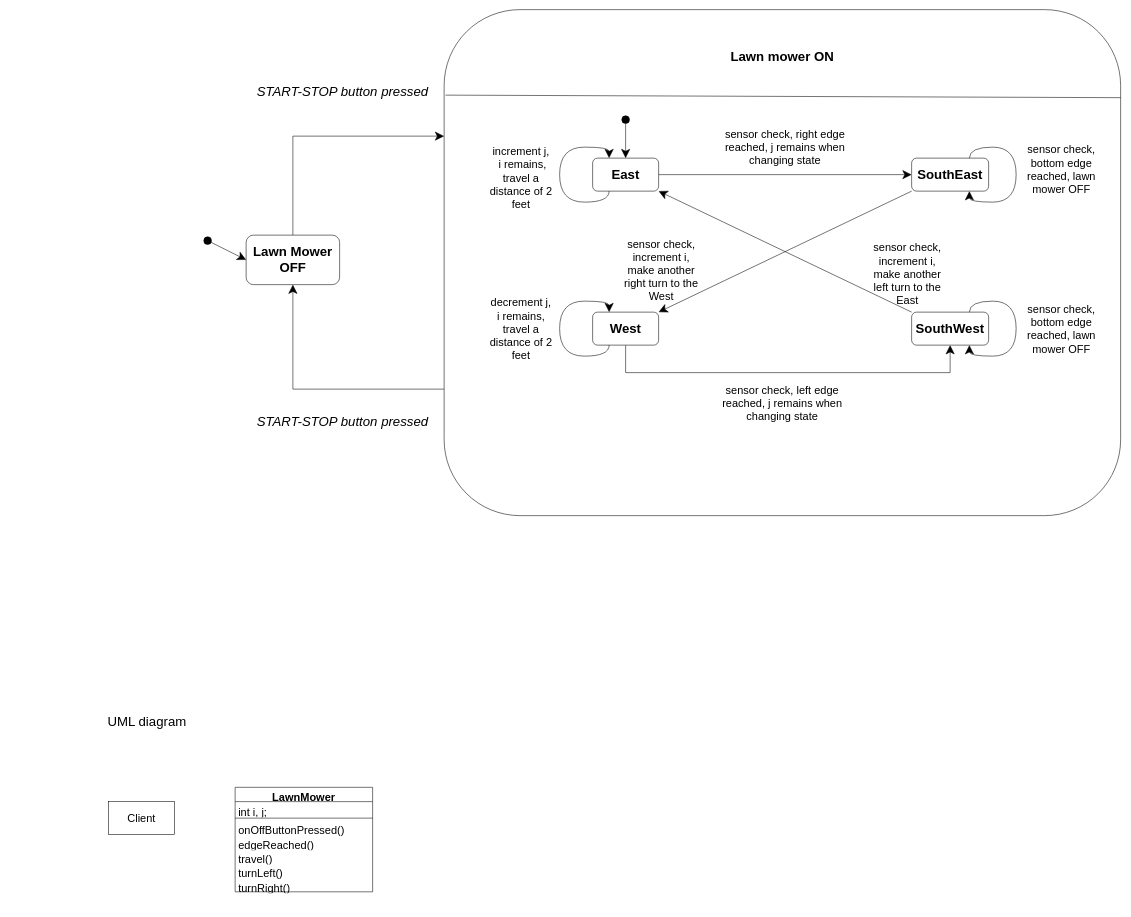
VoHoAnhTuan/Diagrams keeps this draw.io diagram as Assignment4_CSE4361.drawio. Above is the earlier version. Source tidied: cells renumbered, new cells numbered last; positions are measured from the earlier drawing's top-left corner, leaving out a move shared by most shapes. Both pictures are drawn from the tidied source at 55%, with x=0, y=0 at pixel (9, 9).
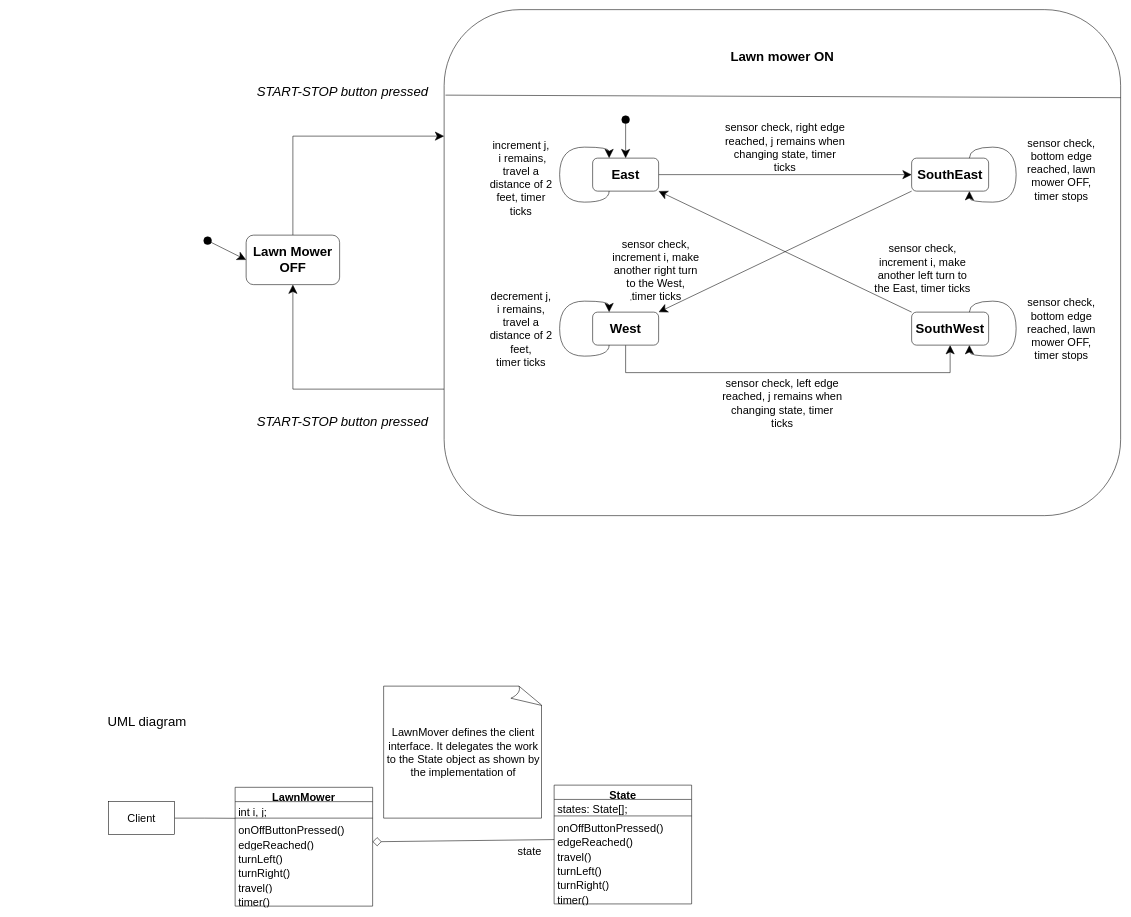
Above is the later version.

The change refers to these unchanged cells:
```xml
<mxCell id="33" value="&lt;font style=&quot;font-size: 20px;&quot;&gt;Client&lt;/font&gt;" style="rounded=0;whiteSpace=wrap;html=1;" parent="1" vertex="1">
  <mxGeometry x="180" y="1440" width="120" height="60" as="geometry" />
</mxCell>
<mxCell id="37" value="&lt;font style=&quot;font-size: 20px;&quot;&gt;onOffButtonPressed()&lt;/font&gt;" style="text;strokeColor=none;fillColor=none;align=left;verticalAlign=top;spacingLeft=4;spacingRight=4;overflow=hidden;points=[[0,0.5],[1,0.5]];portConstraint=eastwest;whiteSpace=wrap;html=1;" parent="34" vertex="1">
  <mxGeometry y="60" width="250" height="26" as="geometry" />
</mxCell>
<mxCell id="38" value="&lt;font style=&quot;font-size: 20px;&quot;&gt;edgeReached()&lt;/font&gt;" style="text;strokeColor=none;fillColor=none;align=left;verticalAlign=top;spacingLeft=4;spacingRight=4;overflow=hidden;points=[[0,0.5],[1,0.5]];portConstraint=eastwest;whiteSpace=wrap;html=1;" parent="34" vertex="1">
  <mxGeometry y="86" width="250" height="26" as="geometry" />
</mxCell>
```

The edit, as a diff of the source:
```diff
@@
-    <mxCell id="20" value="&lt;div&gt;&lt;font style=&quot;font-size: 20px;&quot;&gt;increment j,&lt;/font&gt;&lt;/div&gt;&lt;div&gt;&lt;font style=&quot;font-size: 20px;&quot;&gt;&amp;nbsp;i remains, travel a distance of 2 feet&lt;/font&gt;&lt;/div&gt;" style="text;html=1;strokeColor=none;fillColor=none;align=center;verticalAlign=middle;whiteSpace=wrap;rounded=0;" parent="1" vertex="1">
+    <mxCell id="20" value="&lt;div&gt;&lt;font style=&quot;font-size: 20px;&quot;&gt;increment j,&lt;/font&gt;&lt;/div&gt;&lt;div&gt;&lt;font style=&quot;font-size: 20px;&quot;&gt;&amp;nbsp;i remains, travel a distance of 2 feet, timer ticks&lt;br&gt;&lt;/font&gt;&lt;/div&gt;" style="text;html=1;strokeColor=none;fillColor=none;align=center;verticalAlign=middle;whiteSpace=wrap;rounded=0;" parent="1" vertex="1">
       <mxGeometry x="870" y="250" width="120" height="110" as="geometry" />
     </mxCell>
-    <mxCell id="21" value="&lt;font style=&quot;font-size: 20px;&quot;&gt;sensor check, right edge reached, j remains when changing state&lt;br&gt;&lt;/font&gt;" style="text;html=1;strokeColor=none;fillColor=none;align=center;verticalAlign=middle;whiteSpace=wrap;rounded=0;" parent="1" vertex="1">
+    <mxCell id="21" value="&lt;font style=&quot;font-size: 20px;&quot;&gt;sensor check, right edge reached, j remains when changing state, &lt;/font&gt;&lt;font style=&quot;font-size: 20px;&quot;&gt;timer ticks&lt;/font&gt;" style="text;html=1;strokeColor=none;fillColor=none;align=center;verticalAlign=middle;whiteSpace=wrap;rounded=0;" parent="1" vertex="1">
       <mxGeometry x="1300" y="210" width="220" height="80" as="geometry" />
     </mxCell>
-    <mxCell id="22" value="&lt;div&gt;&lt;font style=&quot;font-size: 20px;&quot;&gt;sensor check,&lt;/font&gt;&lt;/div&gt;&lt;div&gt;&lt;font style=&quot;font-size: 20px;&quot;&gt;increment i, make another right turn to the West&lt;/font&gt;&lt;/div&gt;" style="text;html=1;strokeColor=none;fillColor=none;align=center;verticalAlign=middle;whiteSpace=wrap;rounded=0;" parent="1" vertex="1">
-      <mxGeometry x="1110" y="420" width="150" height="105" as="geometry" />
+    <mxCell id="22" value="&lt;div&gt;&lt;font style=&quot;font-size: 20px;&quot;&gt;sensor check,&lt;/font&gt;&lt;/div&gt;&lt;div&gt;&lt;font style=&quot;font-size: 20px;&quot;&gt;increment i, make another right turn to the West,&lt;/font&gt;&lt;/div&gt;,&lt;font style=&quot;font-size: 20px;&quot;&gt;timer ticks&lt;/font&gt;" style="text;html=1;strokeColor=none;fillColor=none;align=center;verticalAlign=middle;whiteSpace=wrap;rounded=0;" parent="1" vertex="1">
+      <mxGeometry x="1090" y="420" width="170" height="105" as="geometry" />
     </mxCell>
@@
-    <mxCell id="24" value="&lt;div&gt;&lt;font style=&quot;font-size: 20px;&quot;&gt;decrement j,&lt;/font&gt;&lt;/div&gt;&lt;div&gt;&lt;font style=&quot;font-size: 20px;&quot;&gt;i remains, travel a distance of 2 feet&lt;/font&gt;&lt;/div&gt;" style="text;html=1;strokeColor=none;fillColor=none;align=center;verticalAlign=middle;whiteSpace=wrap;rounded=0;" parent="1" vertex="1">
+    <mxCell id="24" value="&lt;div&gt;&lt;font style=&quot;font-size: 20px;&quot;&gt;decrement j,&lt;/font&gt;&lt;/div&gt;&lt;div&gt;&lt;font style=&quot;font-size: 20px;&quot;&gt;i remains, travel a distance of 2 feet,&lt;/font&gt;&lt;/div&gt;&lt;div&gt;&lt;font style=&quot;font-size: 20px;&quot;&gt;timer ticks&lt;/font&gt;&lt;/div&gt;" style="text;html=1;strokeColor=none;fillColor=none;align=center;verticalAlign=middle;whiteSpace=wrap;rounded=0;" parent="1" vertex="1">
       <mxGeometry x="870" y="525" width="120" height="110" as="geometry" />
     </mxCell>
-    <mxCell id="25" value="&lt;font style=&quot;font-size: 20px;&quot;&gt;sensor check, left edge reached, j remains when changing state&lt;br&gt;&lt;/font&gt;" style="text;html=1;strokeColor=none;fillColor=none;align=center;verticalAlign=middle;whiteSpace=wrap;rounded=0;" parent="1" vertex="1">
+    <mxCell id="25" value="&lt;font style=&quot;font-size: 20px;&quot;&gt;sensor check, left edge reached, j remains when changing state, &lt;/font&gt;&lt;font style=&quot;font-size: 20px;&quot;&gt;timer ticks&lt;/font&gt;" style="text;html=1;strokeColor=none;fillColor=none;align=center;verticalAlign=middle;whiteSpace=wrap;rounded=0;" parent="1" vertex="1">
       <mxGeometry x="1290" y="660" width="230" height="110" as="geometry" />
     </mxCell>
@@
-    <mxCell id="27" value="&lt;font style=&quot;font-size: 20px;&quot;&gt;sensor check, increment i, make another left turn to the East&lt;br&gt;&lt;/font&gt;" style="text;html=1;strokeColor=none;fillColor=none;align=center;verticalAlign=middle;whiteSpace=wrap;rounded=0;" parent="1" vertex="1">
-      <mxGeometry x="1560" y="440" width="145" height="80" as="geometry" />
+    <mxCell id="27" value="&lt;font style=&quot;font-size: 20px;&quot;&gt;sensor check, increment i, make another left turn to the East&lt;font style=&quot;font-size: 20px;&quot;&gt;, timer ticks&lt;/font&gt;&lt;/font&gt;" style="text;html=1;strokeColor=none;fillColor=none;align=center;verticalAlign=middle;whiteSpace=wrap;rounded=0;" parent="1" vertex="1">
+      <mxGeometry x="1570" y="415" width="180" height="110" as="geometry" />
     </mxCell>
@@
-    <mxCell id="29" value="&lt;font style=&quot;font-size: 20px;&quot;&gt;sensor check, bottom edge reached, lawn mower OFF&lt;br&gt;&lt;/font&gt;" style="text;html=1;strokeColor=none;fillColor=none;align=center;verticalAlign=middle;whiteSpace=wrap;rounded=0;" parent="1" vertex="1">
+    <mxCell id="29" value="&lt;font style=&quot;font-size: 20px;&quot;&gt;sensor check, bottom edge reached, lawn mower OFF, timer stops&lt;br&gt;&lt;/font&gt;" style="text;html=1;strokeColor=none;fillColor=none;align=center;verticalAlign=middle;whiteSpace=wrap;rounded=0;" parent="1" vertex="1">
       <mxGeometry x="1840" y="540" width="145" height="80" as="geometry" />
     </mxCell>
-    <mxCell id="30" value="&lt;font style=&quot;font-size: 20px;&quot;&gt;sensor check, bottom edge reached, lawn mower OFF&lt;br&gt;&lt;/font&gt;" style="text;html=1;strokeColor=none;fillColor=none;align=center;verticalAlign=middle;whiteSpace=wrap;rounded=0;" parent="1" vertex="1">
+    <mxCell id="30" value="&lt;font style=&quot;font-size: 20px;&quot;&gt;sensor check, bottom edge reached, lawn mower OFF, &lt;/font&gt;&lt;font style=&quot;font-size: 20px;&quot;&gt;timer stops&lt;br&gt;&lt;/font&gt;" style="text;html=1;strokeColor=none;fillColor=none;align=center;verticalAlign=middle;whiteSpace=wrap;rounded=0;" parent="1" vertex="1">
       <mxGeometry x="1840" y="250" width="145" height="80" as="geometry" />
     </mxCell>
@@
+    <mxCell id="42" style="edgeStyle=orthogonalEdgeStyle;rounded=0;jettySize=auto;html=1;exitX=1;exitY=0.5;exitDx=0;exitDy=0;entryX=0;entryY=-0.141;entryDx=0;entryDy=0;entryPerimeter=0;endArrow=none;endFill=0;" parent="1" edge="1" source="33" target="37">
+      <mxGeometry relative="1" as="geometry" />
+    </mxCell>
@@
     <mxCell id="34" value="&lt;font style=&quot;font-size: 20px;&quot;&gt;LawnMower&lt;/font&gt;" style="swimlane;fontStyle=1;align=center;verticalAlign=top;horizontal=1;startSize=26;whiteSpace=wrap;html=1;" parent="1" vertex="1">
-      <mxGeometry x="410" y="1414" width="250" height="190" as="geometry" />
+      <mxGeometry x="410" y="1414" width="250" height="216" as="geometry" />
     </mxCell>
@@
-    <mxCell id="39" value="&lt;font style=&quot;font-size: 20px;&quot;&gt;travel()&lt;/font&gt;" style="text;strokeColor=none;fillColor=none;align=left;verticalAlign=top;spacingLeft=4;spacingRight=4;overflow=hidden;whiteSpace=wrap;html=1;" parent="34" vertex="1">
-      <mxGeometry y="112" width="250" height="26" as="geometry" />
-    </mxCell>
     <mxCell id="40" value="&lt;font style=&quot;font-size: 20px;&quot;&gt;turnLeft()&lt;/font&gt;" style="text;strokeColor=none;fillColor=none;align=left;verticalAlign=top;spacingLeft=4;spacingRight=4;overflow=hidden;whiteSpace=wrap;html=1;" parent="34" vertex="1">
-      <mxGeometry y="138" width="250" height="26" as="geometry" />
+      <mxGeometry y="112" width="250" height="26" as="geometry" />
     </mxCell>
     <mxCell id="41" value="&lt;font style=&quot;font-size: 20px;&quot;&gt;turnRight()&lt;/font&gt;" style="text;strokeColor=none;fillColor=none;align=left;verticalAlign=top;spacingLeft=4;spacingRight=4;overflow=hidden;whiteSpace=wrap;html=1;" parent="34" vertex="1">
-      <mxGeometry y="164" width="250" height="26" as="geometry" />
+      <mxGeometry y="138" width="250" height="26" as="geometry" />
     </mxCell>
+    <mxCell id="39" value="&lt;font style=&quot;font-size: 20px;&quot;&gt;travel()&lt;/font&gt;" style="text;strokeColor=none;fillColor=none;align=left;verticalAlign=top;spacingLeft=4;spacingRight=4;overflow=hidden;whiteSpace=wrap;html=1;" parent="34" vertex="1">
+      <mxGeometry y="164" width="250" height="26" as="geometry" />
+    </mxCell>
+    <mxCell id="43" value="&lt;font style=&quot;font-size: 20px;&quot;&gt;timer()&lt;/font&gt;" style="text;strokeColor=none;fillColor=none;align=left;verticalAlign=top;spacingLeft=4;spacingRight=4;overflow=hidden;whiteSpace=wrap;html=1;" parent="34" vertex="1">
+      <mxGeometry y="190" width="250" height="26" as="geometry" />
+    </mxCell>
+    <mxCell id="44" value="&lt;font style=&quot;font-size: 20px;&quot;&gt;State&lt;/font&gt;" style="swimlane;fontStyle=1;align=center;verticalAlign=top;horizontal=1;startSize=26;whiteSpace=wrap;html=1;" parent="1" vertex="1">
+      <mxGeometry x="990" y="1410" width="250" height="216" as="geometry" />
+    </mxCell>
+    <mxCell id="45" value="&lt;font style=&quot;font-size: 20px;&quot;&gt;states: State[];&lt;br&gt;&lt;/font&gt;" style="text;strokeColor=none;fillColor=none;align=left;verticalAlign=top;spacingLeft=4;spacingRight=4;overflow=hidden;whiteSpace=wrap;html=1;" parent="44" vertex="1">
+      <mxGeometry y="26" width="250" height="26" as="geometry" />
+    </mxCell>
+    <mxCell id="46" style="line;strokeWidth=1;fillColor=none;align=left;verticalAlign=middle;spacingTop=-1;spacingLeft=3;spacingRight=3;labelPosition=right;strokeColor=inherit;" parent="44" vertex="1">
+      <mxGeometry y="52" width="250" height="8" as="geometry" />
+    </mxCell>
+    <mxCell id="47" value="&lt;font style=&quot;font-size: 20px;&quot;&gt;onOffButtonPressed()&lt;/font&gt;" style="text;strokeColor=none;fillColor=none;align=left;verticalAlign=top;spacingLeft=4;spacingRight=4;overflow=hidden;whiteSpace=wrap;html=1;" parent="44" vertex="1">
+      <mxGeometry y="60" width="250" height="26" as="geometry" />
+    </mxCell>
+    <mxCell id="48" value="&lt;font style=&quot;font-size: 20px;&quot;&gt;edgeReached()&lt;/font&gt;" style="text;strokeColor=none;fillColor=none;align=left;verticalAlign=top;spacingLeft=4;spacingRight=4;overflow=hidden;points=[[0,0.5],[1,0.5]];portConstraint=eastwest;whiteSpace=wrap;html=1;" parent="44" vertex="1">
+      <mxGeometry y="86" width="250" height="26" as="geometry" />
+    </mxCell>
+    <mxCell id="49" value="&lt;font style=&quot;font-size: 20px;&quot;&gt;travel()&lt;/font&gt;" style="text;strokeColor=none;fillColor=none;align=left;verticalAlign=top;spacingLeft=4;spacingRight=4;overflow=hidden;whiteSpace=wrap;html=1;" parent="44" vertex="1">
+      <mxGeometry y="112" width="250" height="26" as="geometry" />
+    </mxCell>
+    <mxCell id="50" value="&lt;font style=&quot;font-size: 20px;&quot;&gt;turnLeft()&lt;/font&gt;" style="text;strokeColor=none;fillColor=none;align=left;verticalAlign=top;spacingLeft=4;spacingRight=4;overflow=hidden;whiteSpace=wrap;html=1;" parent="44" vertex="1">
+      <mxGeometry y="138" width="250" height="26" as="geometry" />
+    </mxCell>
+    <mxCell id="51" value="&lt;font style=&quot;font-size: 20px;&quot;&gt;turnRight()&lt;/font&gt;" style="text;strokeColor=none;fillColor=none;align=left;verticalAlign=top;spacingLeft=4;spacingRight=4;overflow=hidden;whiteSpace=wrap;html=1;" parent="44" vertex="1">
+      <mxGeometry y="164" width="250" height="26" as="geometry" />
+    </mxCell>
+    <mxCell id="52" value="&lt;font style=&quot;font-size: 20px;&quot;&gt;timer()&lt;/font&gt;" style="text;strokeColor=none;fillColor=none;align=left;verticalAlign=top;spacingLeft=4;spacingRight=4;overflow=hidden;whiteSpace=wrap;html=1;" parent="44" vertex="1">
+      <mxGeometry y="190" width="250" height="26" as="geometry" />
+    </mxCell>
+    <mxCell id="53" style="rounded=0;jettySize=auto;html=1;exitX=0;exitY=0.5;exitDx=0;exitDy=0;entryX=1;entryY=0.5;entryDx=0;entryDy=0;endSize=14;endArrow=diamond;endFill=0;" parent="1" edge="1" source="48" target="38">
+      <mxGeometry relative="1" as="geometry" />
+    </mxCell>
+    <mxCell id="54" value="&lt;font style=&quot;font-size: 20px;&quot;&gt;state&lt;/font&gt;" style="text;html=1;align=center;verticalAlign=middle;strokeColor=none;fillColor=none;" parent="1" vertex="1">
+      <mxGeometry x="910" y="1510" width="70" height="40" as="geometry" />
+    </mxCell>
+    <mxCell id="55" value="&lt;font style=&quot;font-size: 20px;&quot;&gt;LawnMover defines the client interface. It delegates the work to the State object as shown by the implementation of &lt;br&gt;&lt;/font&gt;" style="whiteSpace=wrap;html=1;shape=mxgraph.basic.document;" parent="1" vertex="1">
+      <mxGeometry x="680" y="1230" width="290" height="240" as="geometry" />
+    </mxCell>
```
